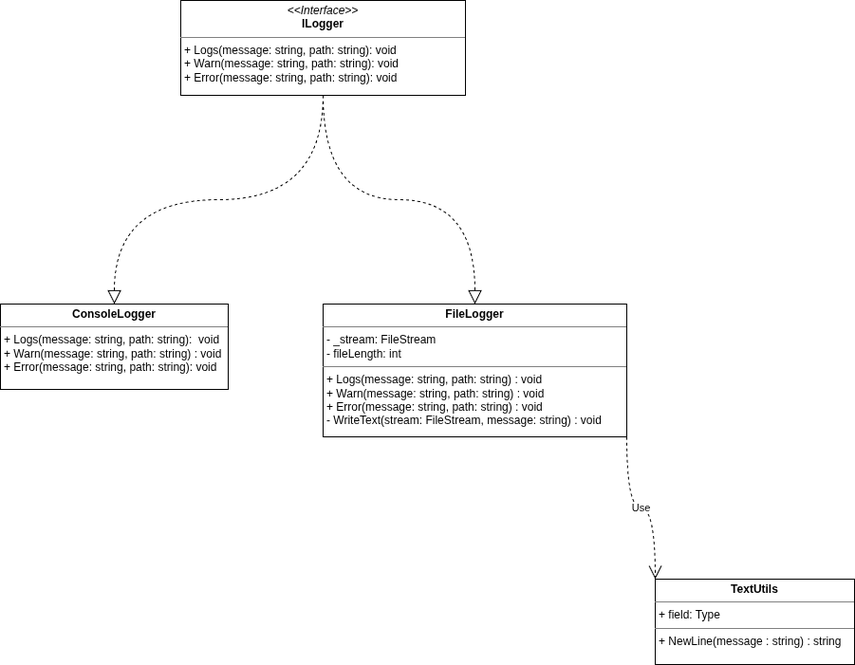
The draw.io diagram Diagrams/UML/CoreClassDiagram.png in MagShadowLight/InventoryManager, before a commit. Source tidied: cells renumbered, new cells last; positions are measured from the earlier drawing's top-left corner, leaving out a move shared by most shapes. Its diagram source:
```xml
<mxGraphModel>
  <root>
    <mxCell id="0" />
    <mxCell id="1" parent="0" />
    <mxCell id="2" value="&lt;p style=&quot;margin:0px;margin-top:4px;text-align:center;&quot;&gt;&lt;i&gt;&amp;lt;&amp;lt;Interface&amp;gt;&amp;gt;&lt;/i&gt;&lt;br&gt;&lt;b&gt;ILogger&lt;/b&gt;&lt;/p&gt;&lt;hr size=&quot;1&quot; style=&quot;border-style:solid;&quot;&gt;&lt;p style=&quot;margin:0px;margin-left:4px;&quot;&gt;+ Logs(message: string, path: string): void&lt;br&gt;+ Warn(message: string, path: string): void&lt;/p&gt;&lt;p style=&quot;margin:0px;margin-left:4px;&quot;&gt;+ Error(message: string, path: string): void&lt;/p&gt;" style="verticalAlign=top;align=left;overflow=fill;html=1;whiteSpace=wrap;" parent="1" vertex="1">
      <mxGeometry x="190" width="300" height="100" as="geometry" />
    </mxCell>
    <mxCell id="3" value="&lt;p style=&quot;margin:0px;margin-top:4px;text-align:center;&quot;&gt;&lt;b&gt;ConsoleLogger&lt;/b&gt;&lt;/p&gt;&lt;hr size=&quot;1&quot; style=&quot;border-style:solid;&quot;&gt;&lt;p style=&quot;margin:0px;margin-left:4px;&quot;&gt;&lt;span style=&quot;background-color: transparent; color: light-dark(rgb(0, 0, 0), rgb(255, 255, 255));&quot;&gt;+ Logs(message: string, path: string):&amp;nbsp; void&lt;/span&gt;&lt;/p&gt;&lt;p style=&quot;margin:0px;margin-left:4px;&quot;&gt;&lt;span style=&quot;background-color: transparent; color: light-dark(rgb(0, 0, 0), rgb(255, 255, 255));&quot;&gt;+ Warn(message: string, path: string) : void&lt;/span&gt;&lt;/p&gt;&lt;p style=&quot;margin:0px;margin-left:4px;&quot;&gt;&lt;span style=&quot;background-color: transparent; color: light-dark(rgb(0, 0, 0), rgb(255, 255, 255));&quot;&gt;+ Error(message: string, path: string): void&lt;/span&gt;&lt;/p&gt;" style="verticalAlign=top;align=left;overflow=fill;html=1;whiteSpace=wrap;" parent="1" vertex="1">
      <mxGeometry y="320" width="240" height="90" as="geometry" />
    </mxCell>
    <mxCell id="4" value="&lt;p style=&quot;margin:0px;margin-top:4px;text-align:center;&quot;&gt;&lt;b&gt;FileLogger&lt;/b&gt;&lt;/p&gt;&lt;hr size=&quot;1&quot; style=&quot;border-style:solid;&quot;&gt;&lt;p style=&quot;margin:0px;margin-left:4px;&quot;&gt;- _stream: FileStream&lt;/p&gt;&lt;p style=&quot;margin:0px;margin-left:4px;&quot;&gt;- fileLength: int&lt;/p&gt;&lt;hr size=&quot;1&quot; style=&quot;border-style:solid;&quot;&gt;&lt;p style=&quot;margin:0px;margin-left:4px;&quot;&gt;+ Logs(message: string, path: string) : void&lt;/p&gt;&lt;p style=&quot;margin:0px;margin-left:4px;&quot;&gt;+ Warn(message: string, path: string) : void&lt;/p&gt;&lt;p style=&quot;margin:0px;margin-left:4px;&quot;&gt;+ Error(message: string, path: string) : void&lt;/p&gt;&lt;p style=&quot;margin:0px;margin-left:4px;&quot;&gt;- WriteText(stream: FileStream, message: string) : void&lt;/p&gt;" style="verticalAlign=top;align=left;overflow=fill;html=1;whiteSpace=wrap;" parent="1" vertex="1">
      <mxGeometry x="340" y="320" width="320" height="140" as="geometry" />
    </mxCell>
    <mxCell id="5" style="endArrow=block;dashed=1;endFill=0;endSize=12;html=1;rounded=0;exitX=0.5;exitY=1;exitDx=0;exitDy=0;entryX=0.5;entryY=0;entryDx=0;entryDy=0;edgeStyle=orthogonalEdgeStyle;curved=1;" parent="1" edge="1" source="2" target="3">
      <mxGeometry relative="1" as="geometry" />
    </mxCell>
    <mxCell id="6" style="endArrow=block;dashed=1;endFill=0;endSize=12;html=1;rounded=0;exitX=0.5;exitY=1;exitDx=0;exitDy=0;entryX=0.5;entryY=0;entryDx=0;entryDy=0;edgeStyle=orthogonalEdgeStyle;curved=1;" parent="1" edge="1" source="2" target="4">
      <mxGeometry relative="1" as="geometry" />
    </mxCell>
    <mxCell id="7" value="&lt;p style=&quot;margin:0px;margin-top:4px;text-align:center;&quot;&gt;&lt;b&gt;TextUtils&lt;/b&gt;&lt;/p&gt;&lt;hr size=&quot;1&quot; style=&quot;border-style:solid;&quot;&gt;&lt;p style=&quot;margin:0px;margin-left:4px;&quot;&gt;+ field: Type&lt;/p&gt;&lt;hr size=&quot;1&quot; style=&quot;border-style:solid;&quot;&gt;&lt;p style=&quot;margin:0px;margin-left:4px;&quot;&gt;+ NewLine(message : string) : string&lt;/p&gt;" style="verticalAlign=top;align=left;overflow=fill;html=1;whiteSpace=wrap;" parent="1" vertex="1">
      <mxGeometry x="690" y="610" width="210" height="90" as="geometry" />
    </mxCell>
    <mxCell id="8" value="Use" style="endArrow=open;endSize=12;dashed=1;html=1;rounded=0;exitX=1;exitY=1;exitDx=0;exitDy=0;entryX=0;entryY=0;entryDx=0;entryDy=0;edgeStyle=orthogonalEdgeStyle;curved=1;" parent="1" edge="1" source="4" target="7">
      <mxGeometry relative="1" as="geometry" />
    </mxCell>
  </root>
</mxGraphModel>
```
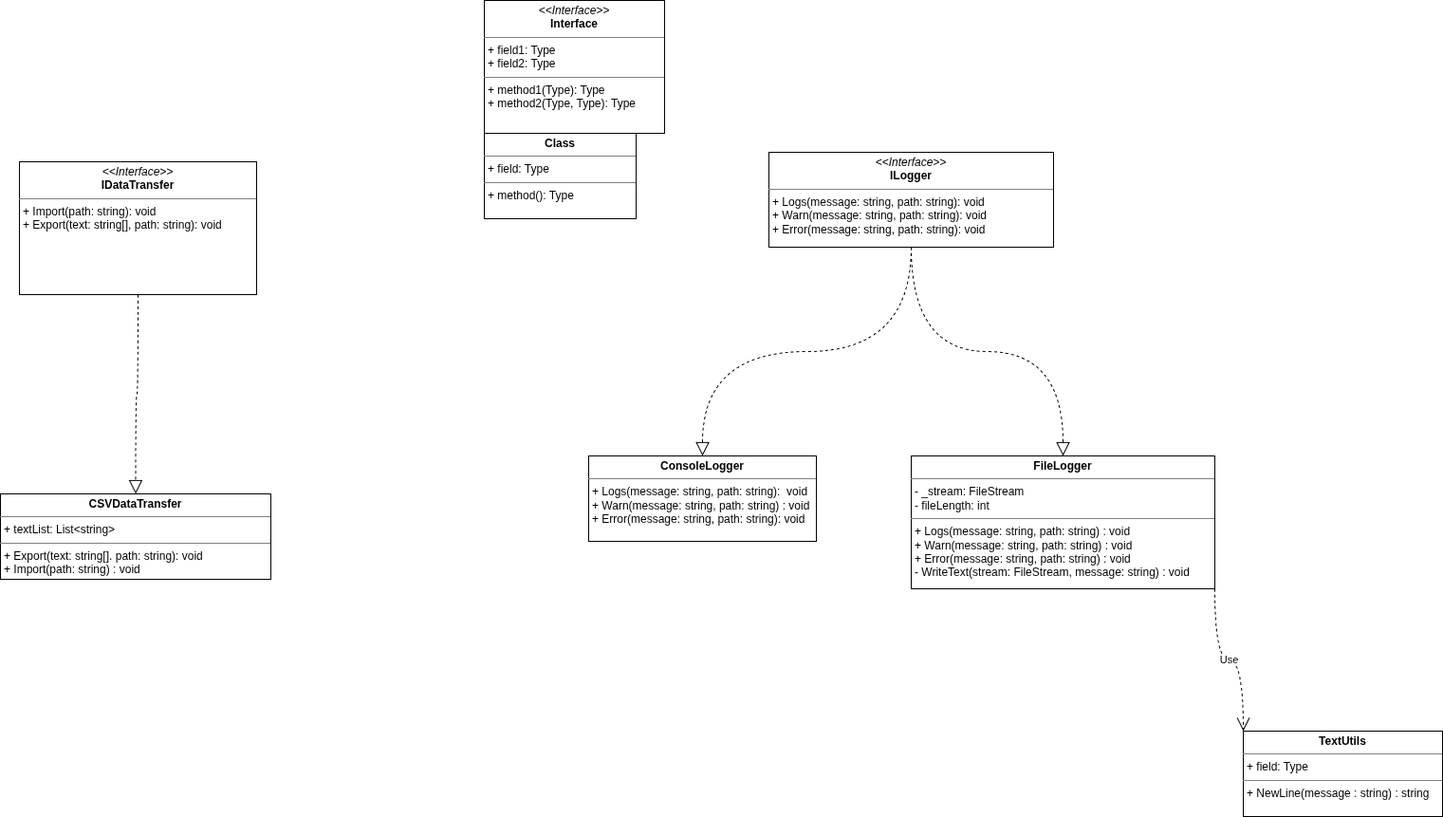
The same diagram one commit later.

The edit, as a diff of the source:
```diff
@@ -2,6 +2,12 @@
   <root>
     <mxCell id="0" />
     <mxCell id="1" parent="0" />
+    <mxCell id="9" value="&lt;p style=&quot;margin:0px;margin-top:4px;text-align:center;&quot;&gt;&lt;i&gt;&amp;lt;&amp;lt;Interface&amp;gt;&amp;gt;&lt;/i&gt;&lt;br/&gt;&lt;b&gt;Interface&lt;/b&gt;&lt;/p&gt;&lt;hr size=&quot;1&quot; style=&quot;border-style:solid;&quot;/&gt;&lt;p style=&quot;margin:0px;margin-left:4px;&quot;&gt;+ field1: Type&lt;br/&gt;+ field2: Type&lt;/p&gt;&lt;hr size=&quot;1&quot; style=&quot;border-style:solid;&quot;/&gt;&lt;p style=&quot;margin:0px;margin-left:4px;&quot;&gt;+ method1(Type): Type&lt;br/&gt;+ method2(Type, Type): Type&lt;/p&gt;" style="verticalAlign=top;align=left;overflow=fill;html=1;whiteSpace=wrap;" parent="1" vertex="1">
+      <mxGeometry x="-110" y="-160" width="190" height="140" as="geometry" />
+    </mxCell>
+    <mxCell id="10" value="&lt;p style=&quot;margin:0px;margin-top:4px;text-align:center;&quot;&gt;&lt;b&gt;Class&lt;/b&gt;&lt;/p&gt;&lt;hr size=&quot;1&quot; style=&quot;border-style:solid;&quot;/&gt;&lt;p style=&quot;margin:0px;margin-left:4px;&quot;&gt;+ field: Type&lt;/p&gt;&lt;hr size=&quot;1&quot; style=&quot;border-style:solid;&quot;/&gt;&lt;p style=&quot;margin:0px;margin-left:4px;&quot;&gt;+ method(): Type&lt;/p&gt;" style="verticalAlign=top;align=left;overflow=fill;html=1;whiteSpace=wrap;" parent="1" vertex="1">
+      <mxGeometry x="-110" y="-20" width="160" height="90" as="geometry" />
+    </mxCell>
     <mxCell id="2" value="&lt;p style=&quot;margin:0px;margin-top:4px;text-align:center;&quot;&gt;&lt;i&gt;&amp;lt;&amp;lt;Interface&amp;gt;&amp;gt;&lt;/i&gt;&lt;br&gt;&lt;b&gt;ILogger&lt;/b&gt;&lt;/p&gt;&lt;hr size=&quot;1&quot; style=&quot;border-style:solid;&quot;&gt;&lt;p style=&quot;margin:0px;margin-left:4px;&quot;&gt;+ Logs(message: string, path: string): void&lt;br&gt;+ Warn(message: string, path: string): void&lt;/p&gt;&lt;p style=&quot;margin:0px;margin-left:4px;&quot;&gt;+ Error(message: string, path: string): void&lt;/p&gt;" style="verticalAlign=top;align=left;overflow=fill;html=1;whiteSpace=wrap;" parent="1" vertex="1">
       <mxGeometry x="190" width="300" height="100" as="geometry" />
     </mxCell>
@@ -23,5 +29,14 @@
     <mxCell id="8" value="Use" style="endArrow=open;endSize=12;dashed=1;html=1;rounded=0;exitX=1;exitY=1;exitDx=0;exitDy=0;entryX=0;entryY=0;entryDx=0;entryDy=0;edgeStyle=orthogonalEdgeStyle;curved=1;" parent="1" edge="1" source="4" target="7">
       <mxGeometry relative="1" as="geometry" />
     </mxCell>
+    <mxCell id="11" value="&lt;p style=&quot;margin:0px;margin-top:4px;text-align:center;&quot;&gt;&lt;i&gt;&amp;lt;&amp;lt;Interface&amp;gt;&amp;gt;&lt;/i&gt;&lt;br&gt;&lt;b&gt;IDataTransfer&lt;/b&gt;&lt;/p&gt;&lt;hr size=&quot;1&quot; style=&quot;border-style:solid;&quot;&gt;&lt;p style=&quot;margin:0px;margin-left:4px;&quot;&gt;+ Import(path: string): void&lt;br&gt;+ Export(text: string[], path: string): void&lt;/p&gt;" style="verticalAlign=top;align=left;overflow=fill;html=1;whiteSpace=wrap;" parent="1" vertex="1">
+      <mxGeometry x="-600" y="10" width="250" height="140" as="geometry" />
+    </mxCell>
+    <mxCell id="12" value="&lt;p style=&quot;margin:0px;margin-top:4px;text-align:center;&quot;&gt;&lt;b&gt;CSVDataTransfer&lt;/b&gt;&lt;/p&gt;&lt;hr size=&quot;1&quot; style=&quot;border-style:solid;&quot;&gt;&lt;p style=&quot;margin:0px;margin-left:4px;&quot;&gt;+ textList: List&amp;lt;string&amp;gt;&lt;/p&gt;&lt;hr size=&quot;1&quot; style=&quot;border-style:solid;&quot;&gt;&lt;p style=&quot;margin:0px;margin-left:4px;&quot;&gt;+ Export(text: string[]. path: string): void&lt;/p&gt;&lt;p style=&quot;margin:0px;margin-left:4px;&quot;&gt;+ Import(path: string) : void&lt;/p&gt;" style="verticalAlign=top;align=left;overflow=fill;html=1;whiteSpace=wrap;" parent="1" vertex="1">
+      <mxGeometry x="-620" y="360" width="285" height="90" as="geometry" />
+    </mxCell>
+    <mxCell id="13" style="endArrow=block;dashed=1;endFill=0;endSize=12;html=1;rounded=0;exitX=0.5;exitY=1;exitDx=0;exitDy=0;entryX=0.5;entryY=0;entryDx=0;entryDy=0;edgeStyle=orthogonalEdgeStyle;curved=1;" parent="1" edge="1" source="11" target="12">
+      <mxGeometry relative="1" as="geometry" />
+    </mxCell>
   </root>
 </mxGraphModel>
```
